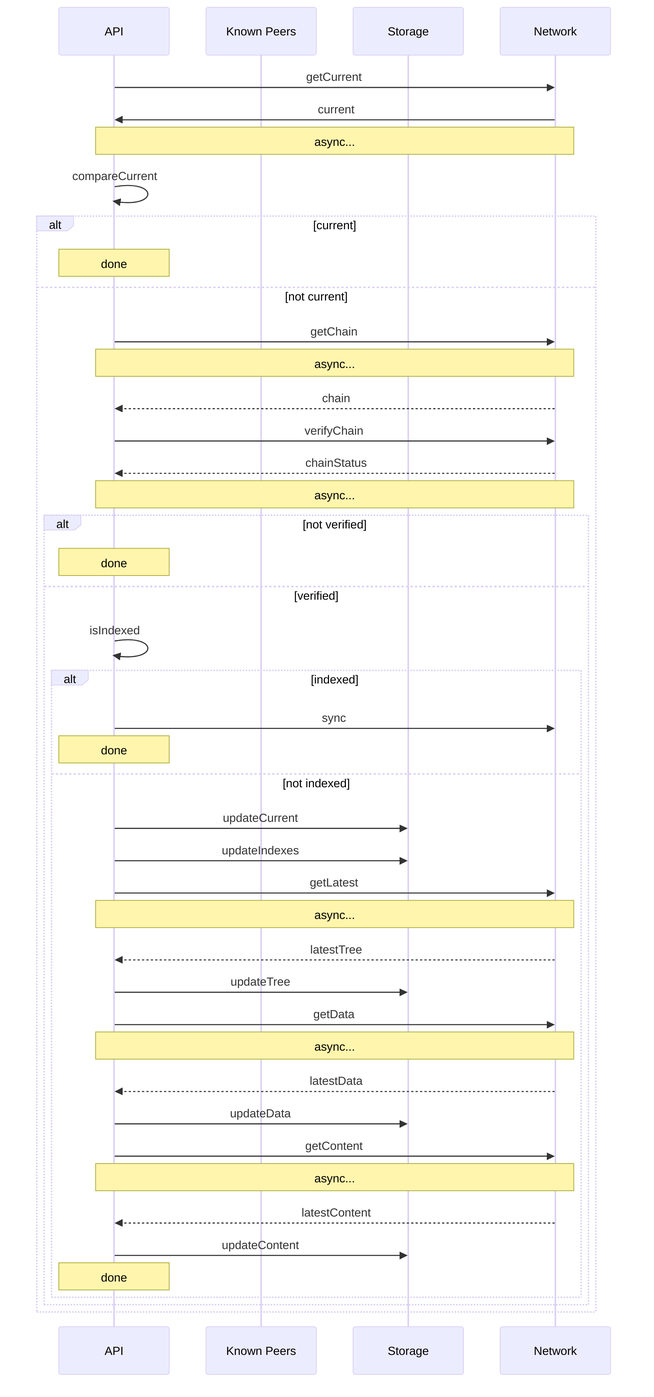
Earlier version of the Mermaid export docs/diagrams/system-syncing-workflow.png (social-production/planning). Its source is kept beside it as docs/diagrams/system-syncing-workflow.mmd. Its diagram source:
```mermaid
sequenceDiagram
    participant API
    participant KnownPeers as Known Peers
    participant Storage
    participant Network

    API->>Network: getCurrent
    Network->>API: current
    note over API,Network: async...
    API->>API: compareCurrent

    alt current
        note over API: done

    else not current
        API->>Network: getChain
        note over API,Network: async...
        Network-->>API: chain
        API->>Network: verifyChain
        Network-->>API: chainStatus
        note over API,Network: async...

        alt not verified
            note over API: done

        else verified
            API->>API: isIndexed

            alt indexed
                API->>Network: sync
                note over API: done

            else not indexed
                API->>Storage: updateCurrent
                API->>Storage: updateIndexes
                API->>Network: getLatest
                note over API,Network: async...
                Network-->>API: latestTree
                API->>Storage: updateTree
                API->>Network: getData
                note over API,Network: async...
                Network-->>API: latestData
                API->>Storage: updateData
                API->>Network: getContent
                note over API,Network: async...
                Network-->>API: latestContent
                API->>Storage: updateContent
                note over API: done
            end
        end
    end
```
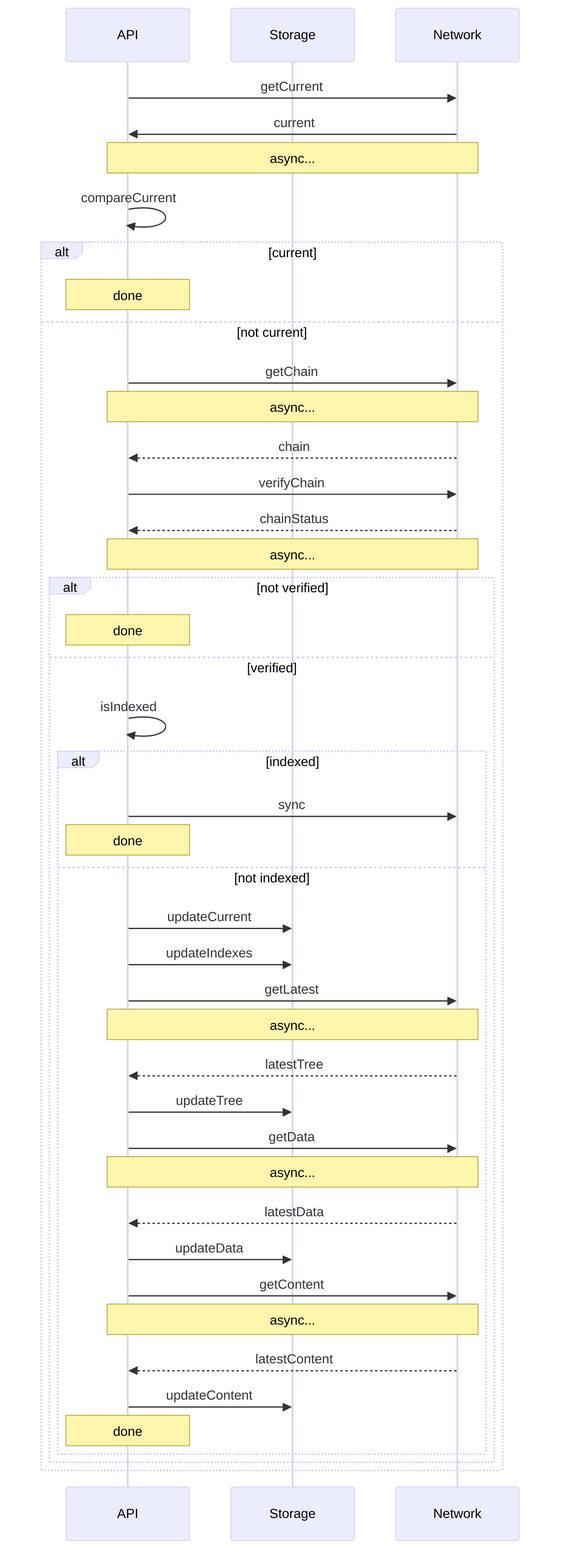
Above is the later version.

Commit message:
Add connections workflow diagram and regenerate all images

The edit, as a diff of the source:
```diff
@@ -1,6 +1,5 @@
 sequenceDiagram
     participant API
-    participant KnownPeers as Known Peers
     participant Storage
     participant Network
 
```
